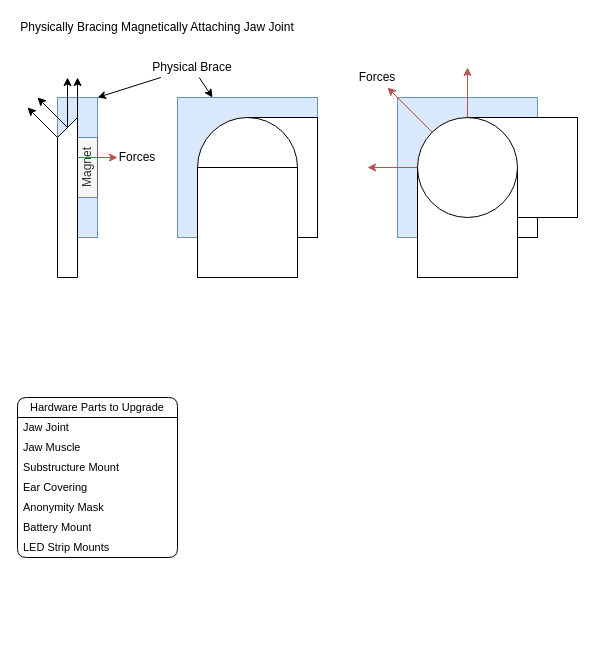
This is page "Hardware Fixes" (3 of 3) of Documents/Recondensed.drawio from Cyberspecies/Synth-Head, a draw.io file, before an edit. Source tidied: cells renumbered, new cells numbered last; positions are measured from the earlier drawing's top-left corner, leaving out a move shared by most shapes. Both pictures are drawn from the tidied source at 100%, with x=0, y=0 at pixel (17, 17).
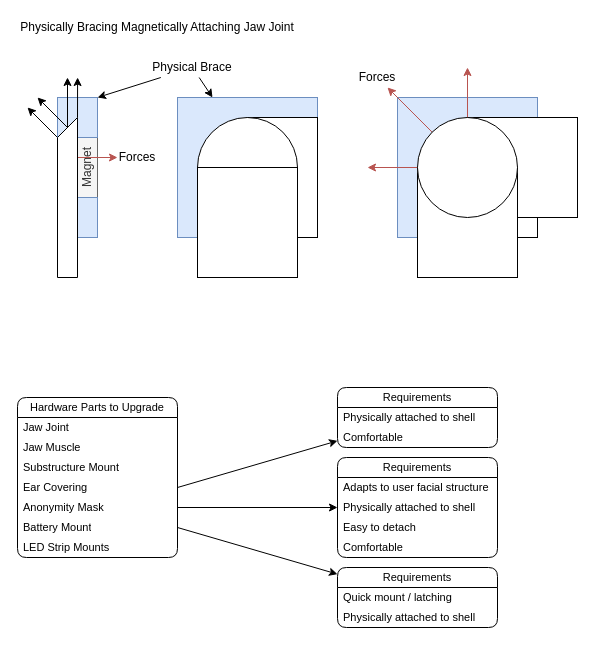
After the change.

Commit message:
Added Requirements to hardware parts to upgrade

Unchanged cells that the change refers to:
```xml
<mxCell id="33" value="Ear Covering" style="text;strokeColor=none;fillColor=none;align=left;verticalAlign=middle;spacingLeft=4;spacingRight=4;overflow=hidden;points=[[0,0.5],[1,0.5]];portConstraint=eastwest;whiteSpace=wrap;html=1;fontFamily=Helvetica;fontSize=11;fontColor=default;labelBackgroundColor=default;" parent="29" vertex="1">
  <mxGeometry y="80" width="160" height="20" as="geometry" />
</mxCell>
<mxCell id="34" value="Anonymity Mask" style="text;strokeColor=none;fillColor=none;align=left;verticalAlign=middle;spacingLeft=4;spacingRight=4;overflow=hidden;points=[[0,0.5],[1,0.5]];portConstraint=eastwest;whiteSpace=wrap;html=1;fontFamily=Helvetica;fontSize=11;fontColor=default;labelBackgroundColor=default;" parent="29" vertex="1">
  <mxGeometry y="100" width="160" height="20" as="geometry" />
</mxCell>
<mxCell id="35" value="Battery Mount" style="text;strokeColor=none;fillColor=none;align=left;verticalAlign=middle;spacingLeft=4;spacingRight=4;overflow=hidden;points=[[0,0.5],[1,0.5]];portConstraint=eastwest;whiteSpace=wrap;html=1;fontFamily=Helvetica;fontSize=11;fontColor=default;labelBackgroundColor=default;" parent="29" vertex="1">
  <mxGeometry y="120" width="160" height="20" as="geometry" />
</mxCell>
```

Diff of the diagram source:
```diff
@@
+    <mxCell id="37" value="Requirements" style="swimlane;fontStyle=0;horizontal=1;startSize=20;whiteSpace=wrap;html=1;rounded=1;fontFamily=Helvetica;fontSize=11;fontColor=default;labelBackgroundColor=default;" parent="1" vertex="1">
+      <mxGeometry x="320" y="440" width="160" height="100" as="geometry" />
+    </mxCell>
+    <mxCell id="38" value="Adapts to user facial structure" style="text;strokeColor=none;fillColor=none;align=left;verticalAlign=middle;spacingLeft=4;spacingRight=4;overflow=hidden;whiteSpace=wrap;html=1;fontFamily=Helvetica;fontSize=11;fontColor=default;labelBackgroundColor=default;" parent="37" vertex="1">
+      <mxGeometry y="20" width="160" height="20" as="geometry" />
+    </mxCell>
+    <mxCell id="39" value="Physically attached to shell" style="text;strokeColor=none;fillColor=none;align=left;verticalAlign=middle;spacingLeft=4;spacingRight=4;overflow=hidden;whiteSpace=wrap;html=1;fontFamily=Helvetica;fontSize=11;fontColor=default;labelBackgroundColor=default;" parent="37" vertex="1">
+      <mxGeometry y="40" width="160" height="20" as="geometry" />
+    </mxCell>
+    <mxCell id="40" value="Easy to detach" style="text;strokeColor=none;fillColor=none;align=left;verticalAlign=middle;spacingLeft=4;spacingRight=4;overflow=hidden;whiteSpace=wrap;html=1;fontFamily=Helvetica;fontSize=11;fontColor=default;labelBackgroundColor=default;" parent="37" vertex="1">
+      <mxGeometry y="60" width="160" height="20" as="geometry" />
+    </mxCell>
+    <mxCell id="41" value="Comfortable" style="text;strokeColor=none;fillColor=none;align=left;verticalAlign=middle;spacingLeft=4;spacingRight=4;overflow=hidden;whiteSpace=wrap;html=1;fontFamily=Helvetica;fontSize=11;fontColor=default;labelBackgroundColor=default;" parent="37" vertex="1">
+      <mxGeometry y="80" width="160" height="20" as="geometry" />
+    </mxCell>
+    <mxCell id="42" style="edgeStyle=none;shape=connector;rounded=0;jettySize=auto;html=1;exitX=1;exitY=0.5;exitDx=0;exitDy=0;strokeColor=default;align=center;verticalAlign=middle;fontFamily=Helvetica;fontSize=11;fontColor=default;labelBackgroundColor=default;endArrow=classic;" parent="1" edge="1" source="34" target="37">
+      <mxGeometry relative="1" as="geometry" />
+    </mxCell>
+    <mxCell id="43" value="Requirements" style="swimlane;fontStyle=0;horizontal=1;startSize=20;whiteSpace=wrap;html=1;rounded=1;fontFamily=Helvetica;fontSize=11;fontColor=default;labelBackgroundColor=default;" parent="1" vertex="1">
+      <mxGeometry x="320" y="550" width="160" height="60" as="geometry" />
+    </mxCell>
+    <mxCell id="44" value="Quick mount / latching" style="text;strokeColor=none;fillColor=none;align=left;verticalAlign=middle;spacingLeft=4;spacingRight=4;overflow=hidden;whiteSpace=wrap;html=1;fontFamily=Helvetica;fontSize=11;fontColor=default;labelBackgroundColor=default;" parent="43" vertex="1">
+      <mxGeometry y="20" width="160" height="20" as="geometry" />
+    </mxCell>
+    <mxCell id="45" value="Physically attached to shell" style="text;strokeColor=none;fillColor=none;align=left;verticalAlign=middle;spacingLeft=4;spacingRight=4;overflow=hidden;whiteSpace=wrap;html=1;fontFamily=Helvetica;fontSize=11;fontColor=default;labelBackgroundColor=default;" parent="43" vertex="1">
+      <mxGeometry y="40" width="160" height="20" as="geometry" />
+    </mxCell>
+    <mxCell id="46" style="edgeStyle=none;shape=connector;rounded=0;jettySize=auto;html=1;exitX=1;exitY=0.5;exitDx=0;exitDy=0;strokeColor=default;align=center;verticalAlign=middle;fontFamily=Helvetica;fontSize=11;fontColor=default;labelBackgroundColor=default;endArrow=classic;" parent="1" edge="1" source="35" target="43">
+      <mxGeometry relative="1" as="geometry" />
+    </mxCell>
+    <mxCell id="47" value="Requirements" style="swimlane;fontStyle=0;horizontal=1;startSize=20;whiteSpace=wrap;html=1;rounded=1;fontFamily=Helvetica;fontSize=11;fontColor=default;labelBackgroundColor=default;" parent="1" vertex="1">
+      <mxGeometry x="320" y="370" width="160" height="60" as="geometry" />
+    </mxCell>
+    <mxCell id="48" value="Physically attached to shell" style="text;strokeColor=none;fillColor=none;align=left;verticalAlign=middle;spacingLeft=4;spacingRight=4;overflow=hidden;whiteSpace=wrap;html=1;fontFamily=Helvetica;fontSize=11;fontColor=default;labelBackgroundColor=default;" parent="47" vertex="1">
+      <mxGeometry y="20" width="160" height="20" as="geometry" />
+    </mxCell>
+    <mxCell id="49" value="Comfortable" style="text;strokeColor=none;fillColor=none;align=left;verticalAlign=middle;spacingLeft=4;spacingRight=4;overflow=hidden;whiteSpace=wrap;html=1;fontFamily=Helvetica;fontSize=11;fontColor=default;labelBackgroundColor=default;" parent="47" vertex="1">
+      <mxGeometry y="40" width="160" height="20" as="geometry" />
+    </mxCell>
+    <mxCell id="50" style="edgeStyle=none;shape=connector;rounded=0;jettySize=auto;html=1;exitX=1;exitY=0.5;exitDx=0;exitDy=0;strokeColor=default;align=center;verticalAlign=middle;fontFamily=Helvetica;fontSize=11;fontColor=default;labelBackgroundColor=default;endArrow=classic;" parent="1" edge="1" source="33" target="47">
+      <mxGeometry relative="1" as="geometry" />
+    </mxCell>
```
